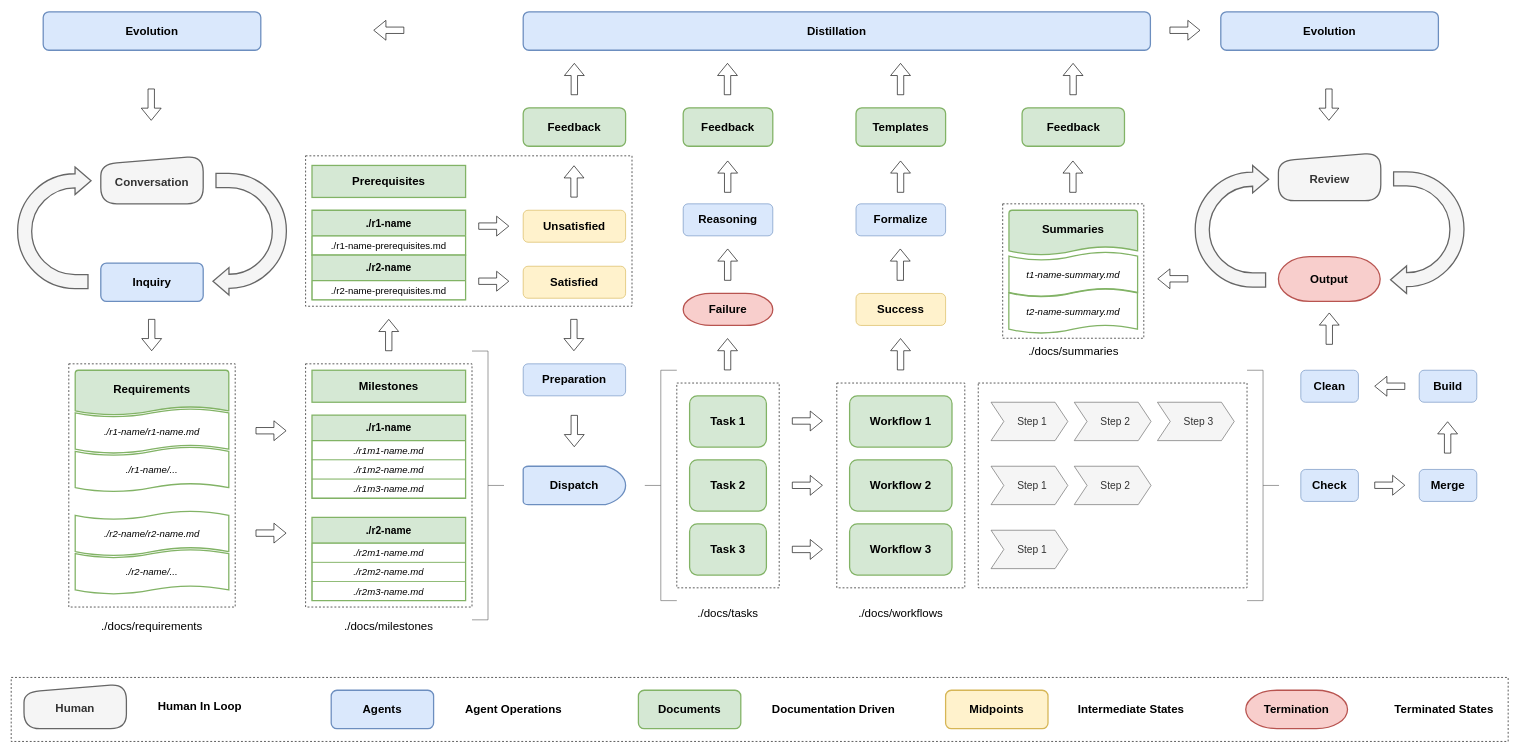
serena-dark/dp-ring keeps this draw.io diagram as prototype/Adaptive-Flywheel.drawio. Above is the earlier version. Source tidied: cells renumbered, new cells numbered last; positions are measured from the earlier drawing's top-left corner, leaving out a move shared by most shapes. Both pictures are drawn from the tidied source at 64%, with x=0, y=0 at pixel (11, 12).
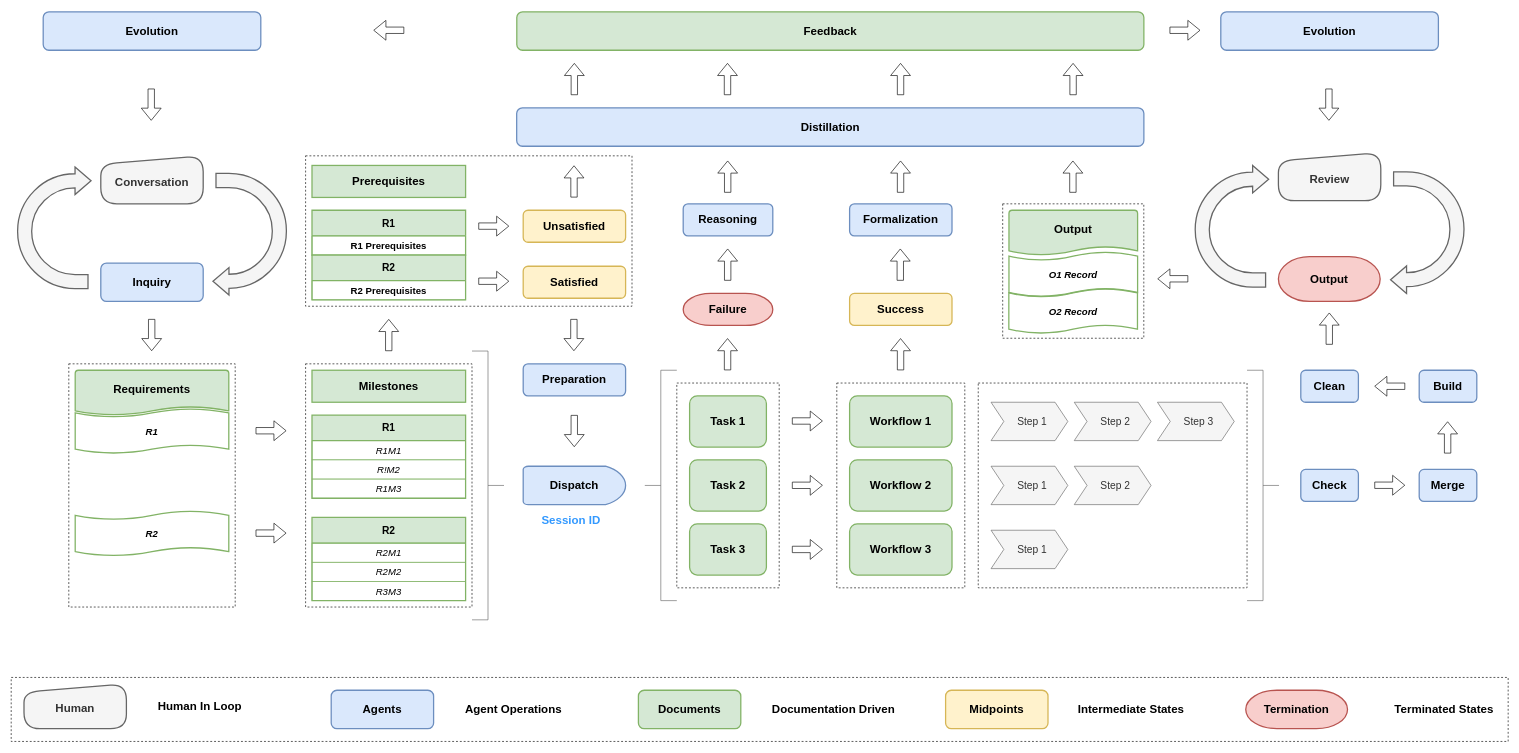
The same page after the edit.

What changed in the source:
```diff
@@
-    <mxCell id="10" value="&lt;font style=&quot;font-size: 16px;&quot;&gt;&lt;b&gt;./r1-name&lt;/b&gt;&lt;/font&gt;" style="swimlane;fontStyle=0;horizontal=1;startSize=40;whiteSpace=wrap;html=1;fontSize=15;fillColor=#d5e8d4;strokeColor=#82b366;strokeWidth=2;" parent="1" vertex="1">
+    <mxCell id="10" value="&lt;font style=&quot;font-size: 16px;&quot;&gt;&lt;b&gt;R1&lt;/b&gt;&lt;/font&gt;" style="swimlane;fontStyle=0;horizontal=1;startSize=40;whiteSpace=wrap;html=1;fontSize=15;fillColor=#d5e8d4;strokeColor=#82b366;strokeWidth=2;" parent="1" vertex="1">
       <mxGeometry x="470" y="630" width="240" height="130" as="geometry" />
     </mxCell>
-    <mxCell id="11" value="&lt;font style=&quot;font-size: 15px;&quot;&gt;./r1m1-name.md&lt;/font&gt;" style="text;strokeColor=#82b366;fillColor=none;align=center;verticalAlign=middle;spacingLeft=4;spacingRight=4;overflow=hidden;whiteSpace=wrap;html=1;fontStyle=2;" parent="10" vertex="1">
+    <mxCell id="11" value="&lt;font style=&quot;font-size: 15px;&quot;&gt;R1M1&lt;/font&gt;" style="text;strokeColor=#82b366;fillColor=none;align=center;verticalAlign=middle;spacingLeft=4;spacingRight=4;overflow=hidden;whiteSpace=wrap;html=1;fontStyle=2;" parent="10" vertex="1">
       <mxGeometry y="40" width="240" height="30" as="geometry" />
     </mxCell>
-    <mxCell id="12" value="&lt;font style=&quot;font-size: 15px;&quot;&gt;./r1m2-name.md&lt;/font&gt;" style="text;strokeColor=#82b366;fillColor=none;align=center;verticalAlign=middle;spacingLeft=4;spacingRight=4;overflow=hidden;whiteSpace=wrap;html=1;fontStyle=2;" parent="10" vertex="1">
+    <mxCell id="12" value="&lt;font style=&quot;font-size: 15px;&quot;&gt;R!M2&lt;/font&gt;" style="text;strokeColor=#82b366;fillColor=none;align=center;verticalAlign=middle;spacingLeft=4;spacingRight=4;overflow=hidden;whiteSpace=wrap;html=1;fontStyle=2;" parent="10" vertex="1">
       <mxGeometry y="70" width="240" height="30" as="geometry" />
     </mxCell>
-    <mxCell id="13" value="&lt;font style=&quot;font-size: 15px;&quot;&gt;./r1m3-name.md&lt;/font&gt;" style="text;strokeColor=#82b366;fillColor=none;align=center;verticalAlign=middle;spacingLeft=4;spacingRight=4;overflow=hidden;whiteSpace=wrap;html=1;fontStyle=2;" parent="10" vertex="1">
+    <mxCell id="13" value="&lt;font style=&quot;font-size: 15px;&quot;&gt;R1M3&lt;/font&gt;" style="text;strokeColor=#82b366;fillColor=none;align=center;verticalAlign=middle;spacingLeft=4;spacingRight=4;overflow=hidden;whiteSpace=wrap;html=1;fontStyle=2;" parent="10" vertex="1">
       <mxGeometry y="100" width="240" height="30" as="geometry" />
     </mxCell>
@@
-    <mxCell id="17" value="&lt;b style=&quot;font-size: 16px;&quot;&gt;./r2-name&lt;/b&gt;" style="swimlane;fontStyle=0;horizontal=1;startSize=40;whiteSpace=wrap;html=1;fontSize=15;fillColor=#d5e8d4;strokeColor=#82b366;strokeWidth=2;" parent="1" vertex="1">
+    <mxCell id="17" value="&lt;b style=&quot;font-size: 16px;&quot;&gt;R2&lt;/b&gt;" style="swimlane;fontStyle=0;horizontal=1;startSize=40;whiteSpace=wrap;html=1;fontSize=15;fillColor=#d5e8d4;strokeColor=#82b366;strokeWidth=2;" parent="1" vertex="1">
       <mxGeometry x="470" y="790" width="240" height="130" as="geometry" />
     </mxCell>
-    <mxCell id="18" value="&lt;font style=&quot;font-size: 15px;&quot;&gt;./r2m1-name.md&lt;/font&gt;" style="text;strokeColor=#82b366;fillColor=none;align=center;verticalAlign=middle;spacingLeft=4;spacingRight=4;overflow=hidden;whiteSpace=wrap;html=1;fontStyle=2;" parent="17" vertex="1">
+    <mxCell id="18" value="&lt;font style=&quot;font-size: 15px;&quot;&gt;R2M1&lt;/font&gt;" style="text;strokeColor=#82b366;fillColor=none;align=center;verticalAlign=middle;spacingLeft=4;spacingRight=4;overflow=hidden;whiteSpace=wrap;html=1;fontStyle=2;" parent="17" vertex="1">
       <mxGeometry y="40" width="240" height="30" as="geometry" />
     </mxCell>
-    <mxCell id="19" value="&lt;font style=&quot;font-size: 15px;&quot;&gt;./r2m2-name.md&lt;/font&gt;" style="text;strokeColor=#82b366;fillColor=none;align=center;verticalAlign=middle;spacingLeft=4;spacingRight=4;overflow=hidden;whiteSpace=wrap;html=1;fontStyle=2;" parent="17" vertex="1">
+    <mxCell id="19" value="&lt;font style=&quot;font-size: 15px;&quot;&gt;R2M2&lt;/font&gt;" style="text;strokeColor=#82b366;fillColor=none;align=center;verticalAlign=middle;spacingLeft=4;spacingRight=4;overflow=hidden;whiteSpace=wrap;html=1;fontStyle=2;" parent="17" vertex="1">
       <mxGeometry y="70" width="240" height="30" as="geometry" />
     </mxCell>
-    <mxCell id="20" value="&lt;font style=&quot;font-size: 15px;&quot;&gt;./r2m3-name.md&lt;/font&gt;" style="text;strokeColor=#82b366;fillColor=none;align=center;verticalAlign=middle;spacingLeft=4;spacingRight=4;overflow=hidden;whiteSpace=wrap;html=1;fontStyle=2;" parent="17" vertex="1">
+    <mxCell id="20" value="&lt;font style=&quot;font-size: 15px;&quot;&gt;R3M3&lt;/font&gt;" style="text;strokeColor=#82b366;fillColor=none;align=center;verticalAlign=middle;spacingLeft=4;spacingRight=4;overflow=hidden;whiteSpace=wrap;html=1;fontStyle=2;" parent="17" vertex="1">
       <mxGeometry y="100" width="240" height="30" as="geometry" />
     </mxCell>
@@
-    <mxCell id="22" value="&lt;span&gt;&lt;span&gt;&lt;span style=&quot;font-size: 15px;&quot;&gt;./r1&lt;/span&gt;&lt;span style=&quot;font-size: 15px;&quot;&gt;-name&lt;/span&gt;&lt;span style=&quot;font-size: 15px;&quot;&gt;/r1-name.md&lt;/span&gt;&lt;/span&gt;&lt;/span&gt;" style="shape=tape;whiteSpace=wrap;html=1;strokeWidth=2;size=0.19;fillColor=none;strokeColor=#82b366;fontStyle=2;" parent="1" vertex="1">
+    <mxCell id="22" value="&lt;span style=&quot;font-size: 15px;&quot;&gt;&lt;b&gt;R1&lt;/b&gt;&lt;/span&gt;" style="shape=tape;whiteSpace=wrap;html=1;strokeWidth=2;size=0.19;fillColor=none;strokeColor=#82b366;fontStyle=2;" parent="1" vertex="1">
       <mxGeometry x="100" y="620" width="240" height="70" as="geometry" />
     </mxCell>
@@
-    <mxCell id="24" value="&lt;span&gt;&lt;span&gt;&lt;span style=&quot;font-size: 15px;&quot;&gt;./r2&lt;/span&gt;&lt;span style=&quot;font-size: 15px;&quot;&gt;-name&lt;/span&gt;&lt;span style=&quot;font-size: 15px;&quot;&gt;/r2-name.md&lt;/span&gt;&lt;/span&gt;&lt;/span&gt;" style="shape=tape;whiteSpace=wrap;html=1;strokeWidth=2;size=0.19;fillColor=none;strokeColor=#82b366;fontStyle=2;" parent="1" vertex="1">
+    <mxCell id="24" value="&lt;span style=&quot;font-size: 15px;&quot;&gt;&lt;b&gt;R2&lt;/b&gt;&lt;/span&gt;" style="shape=tape;whiteSpace=wrap;html=1;strokeWidth=2;size=0.19;fillColor=none;strokeColor=#82b366;fontStyle=2;" parent="1" vertex="1">
       <mxGeometry x="100" y="780" width="240" height="70" as="geometry" />
     </mxCell>
@@
-    <mxCell id="26" value="&lt;span&gt;&lt;span&gt;&lt;span style=&quot;font-size: 15px;&quot;&gt;./r&lt;/span&gt;&lt;span style=&quot;font-size: 15px;&quot;&gt;2-name&lt;/span&gt;&lt;span style=&quot;font-size: 15px;&quot;&gt;/...&lt;/span&gt;&lt;/span&gt;&lt;/span&gt;" style="shape=tape;whiteSpace=wrap;html=1;strokeWidth=2;size=0.19;fillColor=none;strokeColor=#82b366;fontStyle=2;" parent="1" vertex="1">
-      <mxGeometry x="100" y="840" width="240" height="70" as="geometry" />
-    </mxCell>
-    <mxCell id="27" value="&lt;span&gt;&lt;span&gt;&lt;span style=&quot;font-size: 15px;&quot;&gt;./r1&lt;/span&gt;&lt;span style=&quot;font-size: 15px;&quot;&gt;-name&lt;/span&gt;&lt;span style=&quot;font-size: 15px;&quot;&gt;/...&lt;/span&gt;&lt;/span&gt;&lt;/span&gt;" style="shape=tape;whiteSpace=wrap;html=1;strokeWidth=2;size=0.19;fillColor=none;strokeColor=#82b366;fontStyle=2;" parent="1" vertex="1">
-      <mxGeometry x="100" y="680" width="240" height="70" as="geometry" />
-    </mxCell>
@@
-    <mxCell id="48" value="&lt;font style=&quot;font-size: 18px;&quot;&gt;./docs/requirements&lt;/font&gt;" style="text;html=1;whiteSpace=wrap;strokeColor=none;fillColor=none;align=center;verticalAlign=middle;rounded=0;" parent="1" vertex="1">
-      <mxGeometry x="125" y="940" width="190" height="40" as="geometry" />
-    </mxCell>
-    <mxCell id="49" value="&lt;font style=&quot;font-size: 18px;&quot;&gt;&lt;span style=&quot;font-style: normal;&quot;&gt;./docs/milestones&lt;/span&gt;&lt;/font&gt;" style="text;html=1;whiteSpace=wrap;strokeColor=none;fillColor=none;align=center;verticalAlign=middle;rounded=0;fontStyle=2;" parent="1" vertex="1">
-      <mxGeometry x="505" y="940" width="170" height="40" as="geometry" />
-    </mxCell>
-    <mxCell id="50" value="&lt;font style=&quot;font-size: 18px;&quot;&gt;&lt;span style=&quot;font-style: normal;&quot;&gt;./docs/tasks&lt;/span&gt;&lt;/font&gt;" style="text;html=1;whiteSpace=wrap;strokeColor=none;fillColor=none;align=center;verticalAlign=middle;rounded=0;fontStyle=2;" parent="1" vertex="1">
-      <mxGeometry x="1035" y="920" width="170" height="40" as="geometry" />
-    </mxCell>
-    <mxCell id="51" value="&lt;font style=&quot;font-size: 18px;&quot;&gt;&lt;span style=&quot;font-style: normal;&quot;&gt;./docs/workflows&lt;/span&gt;&lt;/font&gt;" style="text;html=1;whiteSpace=wrap;strokeColor=none;fillColor=none;align=center;verticalAlign=middle;rounded=0;fontStyle=2;" parent="1" vertex="1">
-      <mxGeometry x="1305" y="920" width="170" height="40" as="geometry" />
-    </mxCell>
@@
-    <mxCell id="67" value="&lt;font style=&quot;font-size: 18px;&quot;&gt;Feedback&lt;/font&gt;" style="rounded=1;whiteSpace=wrap;html=1;fillColor=#d5e8d4;strokeColor=#82b366;strokeWidth=2;fontStyle=1;" parent="1" vertex="1">
-      <mxGeometry x="800" y="150" width="160" height="60" as="geometry" />
-    </mxCell>
-    <mxCell id="68" value="&lt;font style=&quot;font-size: 18px;&quot;&gt;&lt;span style=&quot;font-style: normal;&quot;&gt;./docs/summaries&lt;/span&gt;&lt;/font&gt;" style="text;html=1;whiteSpace=wrap;strokeColor=none;fillColor=none;align=center;verticalAlign=middle;rounded=0;fontStyle=2;" parent="1" vertex="1">
-      <mxGeometry x="1574.5" y="510" width="170" height="40" as="geometry" />
-    </mxCell>
-    <mxCell id="69" value="&lt;span style=&quot;font-size: 18px;&quot;&gt;&lt;b&gt;Summaries&lt;/b&gt;&lt;/span&gt;" style="strokeWidth=2;html=1;shape=mxgraph.flowchart.document2;whiteSpace=wrap;size=0.1885711669921875;fillColor=#d5e8d4;strokeColor=#82b366;spacingTop=0;spacingBottom=10;" parent="1" vertex="1">
-      <mxGeometry x="1559" y="310" width="201" height="70" as="geometry" />
-    </mxCell>
@@
-    <mxCell id="72" value="&lt;b style=&quot;font-size: 18px;&quot;&gt;Satisfied&lt;/b&gt;" style="rounded=1;whiteSpace=wrap;html=1;fillColor=#fff2cc;strokeColor=#d6b656;" parent="1" vertex="1">
+    <mxCell id="72" value="&lt;b style=&quot;font-size: 18px;&quot;&gt;Satisfied&lt;/b&gt;" style="rounded=1;whiteSpace=wrap;html=1;fillColor=#fff2cc;strokeColor=#d6b656;strokeWidth=2;" parent="1" vertex="1">
       <mxGeometry x="800" y="397.5" width="160" height="50" as="geometry" />
     </mxCell>
-    <mxCell id="73" value="&lt;b style=&quot;font-size: 18px;&quot;&gt;Unsatisfied&lt;/b&gt;" style="rounded=1;whiteSpace=wrap;html=1;fillColor=#fff2cc;strokeColor=#d6b656;" parent="1" vertex="1">
+    <mxCell id="73" value="&lt;b style=&quot;font-size: 18px;&quot;&gt;Unsatisfied&lt;/b&gt;" style="rounded=1;whiteSpace=wrap;html=1;fillColor=#fff2cc;strokeColor=#d6b656;strokeWidth=2;" parent="1" vertex="1">
       <mxGeometry x="800" y="310" width="160" height="50" as="geometry" />
     </mxCell>
@@
-    <mxCell id="78" value="&lt;font style=&quot;font-size: 16px;&quot;&gt;&lt;b&gt;./r1-name&lt;/b&gt;&lt;/font&gt;" style="swimlane;fontStyle=0;horizontal=1;startSize=40;whiteSpace=wrap;html=1;fontSize=15;fillColor=#d5e8d4;strokeColor=#82b366;strokeWidth=2;" parent="1" vertex="1">
+    <mxCell id="78" value="&lt;font style=&quot;font-size: 16px;&quot;&gt;&lt;b&gt;R1&lt;/b&gt;&lt;/font&gt;" style="swimlane;fontStyle=0;horizontal=1;startSize=40;whiteSpace=wrap;html=1;fontSize=15;fillColor=#d5e8d4;strokeColor=#82b366;strokeWidth=2;" parent="1" vertex="1">
       <mxGeometry x="470" y="310" width="240" height="70" as="geometry" />
     </mxCell>
-    <mxCell id="79" value="&lt;font style=&quot;font-size: 15px;&quot;&gt;./r1-name-prerequisites.md&lt;/font&gt;" style="text;strokeColor=#82b366;fillColor=none;align=center;verticalAlign=middle;spacingLeft=4;spacingRight=4;overflow=hidden;whiteSpace=wrap;html=1;" parent="78" vertex="1">
+    <mxCell id="79" value="&lt;font style=&quot;font-size: 15px;&quot;&gt;&lt;b&gt;R1 Prerequisites&lt;/b&gt;&lt;/font&gt;" style="text;strokeColor=#82b366;fillColor=none;align=center;verticalAlign=middle;spacingLeft=4;spacingRight=4;overflow=hidden;whiteSpace=wrap;html=1;" parent="78" vertex="1">
       <mxGeometry y="40" width="240" height="30" as="geometry" />
     </mxCell>
-    <mxCell id="80" value="&lt;font style=&quot;font-size: 16px;&quot;&gt;&lt;b&gt;./r2-name&lt;/b&gt;&lt;/font&gt;" style="swimlane;fontStyle=0;horizontal=1;startSize=40;whiteSpace=wrap;html=1;fontSize=15;fillColor=#d5e8d4;strokeColor=#82b366;strokeWidth=2;" parent="1" vertex="1">
+    <mxCell id="80" value="&lt;font style=&quot;font-size: 16px;&quot;&gt;&lt;b&gt;R2&lt;/b&gt;&lt;/font&gt;" style="swimlane;fontStyle=0;horizontal=1;startSize=40;whiteSpace=wrap;html=1;fontSize=15;fillColor=#d5e8d4;strokeColor=#82b366;strokeWidth=2;" parent="1" vertex="1">
       <mxGeometry x="470" y="380" width="240" height="70" as="geometry" />
     </mxCell>
-    <mxCell id="81" value="&lt;font style=&quot;font-size: 15px;&quot;&gt;./r2-name-prerequisites.md&lt;/font&gt;" style="text;strokeColor=#82b366;fillColor=none;align=center;verticalAlign=middle;spacingLeft=4;spacingRight=4;overflow=hidden;whiteSpace=wrap;html=1;" parent="80" vertex="1">
+    <mxCell id="81" value="&lt;font style=&quot;font-size: 15px;&quot;&gt;&lt;b&gt;R2 Prerequisites&lt;/b&gt;&lt;/font&gt;" style="text;strokeColor=#82b366;fillColor=none;align=center;verticalAlign=middle;spacingLeft=4;spacingRight=4;overflow=hidden;whiteSpace=wrap;html=1;" parent="80" vertex="1">
       <mxGeometry y="40" width="240" height="30" as="geometry" />
     </mxCell>
@@
-    <mxCell id="83" value="&lt;b style=&quot;font-size: 18px;&quot;&gt;Preparation&lt;/b&gt;" style="rounded=1;whiteSpace=wrap;html=1;fillColor=#dae8fc;strokeColor=#6c8ebf;" parent="1" vertex="1">
+    <mxCell id="83" value="&lt;b style=&quot;font-size: 18px;&quot;&gt;Preparation&lt;/b&gt;" style="rounded=1;whiteSpace=wrap;html=1;fillColor=#dae8fc;strokeColor=#6c8ebf;strokeWidth=2;" parent="1" vertex="1">
       <mxGeometry x="800" y="550" width="160" height="50" as="geometry" />
     </mxCell>
@@
-    <mxCell id="86" value="&lt;b style=&quot;font-size: 18px;&quot;&gt;Check&lt;/b&gt;" style="rounded=1;whiteSpace=wrap;html=1;fillColor=#dae8fc;strokeColor=#6c8ebf;" parent="1" vertex="1">
+    <mxCell id="86" value="&lt;b style=&quot;font-size: 18px;&quot;&gt;Check&lt;/b&gt;" style="rounded=1;whiteSpace=wrap;html=1;fillColor=#dae8fc;strokeColor=#6c8ebf;strokeWidth=2;" parent="1" vertex="1">
       <mxGeometry x="2015" y="715" width="90" height="50" as="geometry" />
     </mxCell>
-    <mxCell id="87" value="&lt;b style=&quot;font-size: 18px;&quot;&gt;Merge&lt;/b&gt;" style="rounded=1;whiteSpace=wrap;html=1;fillColor=#dae8fc;strokeColor=#6c8ebf;" parent="1" vertex="1">
+    <mxCell id="87" value="&lt;b style=&quot;font-size: 18px;&quot;&gt;Merge&lt;/b&gt;" style="rounded=1;whiteSpace=wrap;html=1;fillColor=#dae8fc;strokeColor=#6c8ebf;strokeWidth=2;" parent="1" vertex="1">
       <mxGeometry x="2200" y="715" width="90" height="50" as="geometry" />
     </mxCell>
-    <mxCell id="88" value="&lt;b style=&quot;font-size: 18px;&quot;&gt;Build&lt;/b&gt;" style="rounded=1;whiteSpace=wrap;html=1;fillColor=#dae8fc;strokeColor=#6c8ebf;" parent="1" vertex="1">
+    <mxCell id="88" value="&lt;b style=&quot;font-size: 18px;&quot;&gt;Build&lt;/b&gt;" style="rounded=1;whiteSpace=wrap;html=1;fillColor=#dae8fc;strokeColor=#6c8ebf;strokeWidth=2;" parent="1" vertex="1">
       <mxGeometry x="2200" y="560" width="90" height="50" as="geometry" />
     </mxCell>
-    <mxCell id="89" value="&lt;b style=&quot;font-size: 18px;&quot;&gt;Clean&lt;/b&gt;" style="rounded=1;whiteSpace=wrap;html=1;fillColor=#dae8fc;strokeColor=#6c8ebf;" parent="1" vertex="1">
+    <mxCell id="89" value="&lt;b style=&quot;font-size: 18px;&quot;&gt;Clean&lt;/b&gt;" style="rounded=1;whiteSpace=wrap;html=1;fillColor=#dae8fc;strokeColor=#6c8ebf;strokeWidth=2;" parent="1" vertex="1">
       <mxGeometry x="2015" y="560" width="90" height="50" as="geometry" />
     </mxCell>
-    <mxCell id="90" value="&lt;span style=&quot;font-size: 15px;&quot;&gt;t1-name-summary.md&lt;/span&gt;" style="shape=tape;whiteSpace=wrap;html=1;strokeWidth=2;size=0.19;fillColor=none;strokeColor=#82b366;fontStyle=2;" parent="1" vertex="1">
+    <mxCell id="90" value="&lt;span style=&quot;font-size: 15px;&quot;&gt;O1 Record&lt;/span&gt;" style="shape=tape;whiteSpace=wrap;html=1;strokeWidth=2;size=0.19;fillColor=none;strokeColor=#82b366;fontStyle=3;" parent="1" vertex="1">
       <mxGeometry x="1559" y="375" width="201" height="70" as="geometry" />
     </mxCell>
@@
-    <mxCell id="92" value="&lt;span style=&quot;font-size: 15px;&quot;&gt;t2-name-summary.md&lt;/span&gt;" style="shape=tape;whiteSpace=wrap;html=1;strokeWidth=2;size=0.19;fillColor=none;strokeColor=#82b366;fontStyle=2;" parent="1" vertex="1">
+    <mxCell id="92" value="&lt;span style=&quot;font-size: 15px;&quot;&gt;O2 Record&lt;/span&gt;" style="shape=tape;whiteSpace=wrap;html=1;strokeWidth=2;size=0.19;fillColor=none;strokeColor=#82b366;fontStyle=3;" parent="1" vertex="1">
       <mxGeometry x="1558.8" y="432.5" width="201" height="70" as="geometry" />
     </mxCell>
@@
     <mxCell id="95" value="&lt;font style=&quot;font-size: 18px;&quot;&gt;Distillation&lt;/font&gt;" style="rounded=1;whiteSpace=wrap;html=1;fillColor=#dae8fc;strokeColor=#6c8ebf;strokeWidth=2;fontStyle=1;" parent="1" vertex="1">
-      <mxGeometry x="800" width="980" height="60" as="geometry" />
+      <mxGeometry x="789.8" y="150" width="980" height="60" as="geometry" />
     </mxCell>
@@
-    <mxCell id="98" value="&lt;span style=&quot;font-size: 18px;&quot;&gt;&lt;b&gt;Success&lt;/b&gt;&lt;/span&gt;" style="rounded=1;whiteSpace=wrap;html=1;fillColor=#fff2cc;strokeColor=#d6b656;" parent="1" vertex="1">
-      <mxGeometry x="1320" y="440" width="140" height="50" as="geometry" />
+    <mxCell id="98" value="&lt;span style=&quot;font-size: 18px;&quot;&gt;&lt;b&gt;Success&lt;/b&gt;&lt;/span&gt;" style="rounded=1;whiteSpace=wrap;html=1;fillColor=#fff2cc;strokeColor=#d6b656;strokeWidth=2;" parent="1" vertex="1">
+      <mxGeometry x="1310" y="440" width="160" height="50" as="geometry" />
     </mxCell>
     <mxCell id="99" value="&lt;font style=&quot;font-size: 18px;&quot;&gt;Feedback&lt;/font&gt;" style="rounded=1;whiteSpace=wrap;html=1;fillColor=#d5e8d4;strokeColor=#82b366;strokeWidth=2;fontStyle=1;" parent="1" vertex="1">
-      <mxGeometry x="1579.5" y="150" width="160" height="60" as="geometry" />
+      <mxGeometry x="790" width="979.8" height="60" as="geometry" />
     </mxCell>
@@
-    <mxCell id="101" value="&lt;font style=&quot;font-size: 18px;&quot;&gt;Templates&lt;/font&gt;" style="rounded=1;whiteSpace=wrap;html=1;fillColor=#d5e8d4;strokeColor=#82b366;strokeWidth=2;fontStyle=1;" parent="1" vertex="1">
-      <mxGeometry x="1320" y="150" width="140" height="60" as="geometry" />
-    </mxCell>
-    <mxCell id="102" value="&lt;span style=&quot;font-size: 18px;&quot;&gt;&lt;b&gt;Formalize&lt;/b&gt;&lt;/span&gt;" style="rounded=1;whiteSpace=wrap;html=1;fillColor=#dae8fc;strokeColor=#6c8ebf;" parent="1" vertex="1">
-      <mxGeometry x="1320" y="300" width="140" height="50" as="geometry" />
+    <mxCell id="102" value="&lt;span style=&quot;font-size: 18px;&quot;&gt;&lt;b&gt;Formalization&lt;/b&gt;&lt;/span&gt;" style="rounded=1;whiteSpace=wrap;html=1;fillColor=#dae8fc;strokeColor=#6c8ebf;strokeWidth=2;" parent="1" vertex="1">
+      <mxGeometry x="1310" y="300" width="160" height="50" as="geometry" />
     </mxCell>
@@
-    <mxCell id="114" value="&lt;span style=&quot;font-size: 18px;&quot;&gt;Feedback&lt;/span&gt;" style="rounded=1;whiteSpace=wrap;html=1;fillColor=#d5e8d4;strokeColor=#82b366;strokeWidth=2;fontStyle=1;" parent="1" vertex="1">
-      <mxGeometry x="1050" y="150" width="140" height="60" as="geometry" />
-    </mxCell>
-    <mxCell id="115" value="&lt;span style=&quot;font-size: 18px;&quot;&gt;&lt;b&gt;Reasoning&lt;/b&gt;&lt;/span&gt;" style="rounded=1;whiteSpace=wrap;html=1;fillColor=#dae8fc;strokeColor=#6c8ebf;" parent="1" vertex="1">
+    <mxCell id="115" value="&lt;span style=&quot;font-size: 18px;&quot;&gt;&lt;b&gt;Reasoning&lt;/b&gt;&lt;/span&gt;" style="rounded=1;whiteSpace=wrap;html=1;fillColor=#dae8fc;strokeColor=#6c8ebf;strokeWidth=2;" parent="1" vertex="1">
       <mxGeometry x="1050" y="300" width="140" height="50" as="geometry" />
     </mxCell>
@@
+    <mxCell id="121" value="&lt;font style=&quot;font-size: 18px;&quot;&gt;&lt;b&gt;Session ID&lt;/b&gt;&lt;/font&gt;" style="text;html=1;whiteSpace=wrap;strokeColor=none;fillColor=none;align=center;verticalAlign=middle;rounded=0;fontColor=#3399FF;labelBorderColor=none;textShadow=0;" parent="1" vertex="1">
+      <mxGeometry x="770" y="780" width="210" height="30" as="geometry" />
+    </mxCell>
+    <mxCell id="69" value="&lt;span style=&quot;font-size: 18px;&quot;&gt;&lt;b&gt;Output&lt;/b&gt;&lt;/span&gt;" style="strokeWidth=2;html=1;shape=mxgraph.flowchart.document2;whiteSpace=wrap;size=0.1885711669921875;fillColor=#d5e8d4;strokeColor=#82b366;spacingTop=0;spacingBottom=10;" parent="1" vertex="1">
+      <mxGeometry x="1559" y="310" width="201" height="70" as="geometry" />
+    </mxCell>
```
